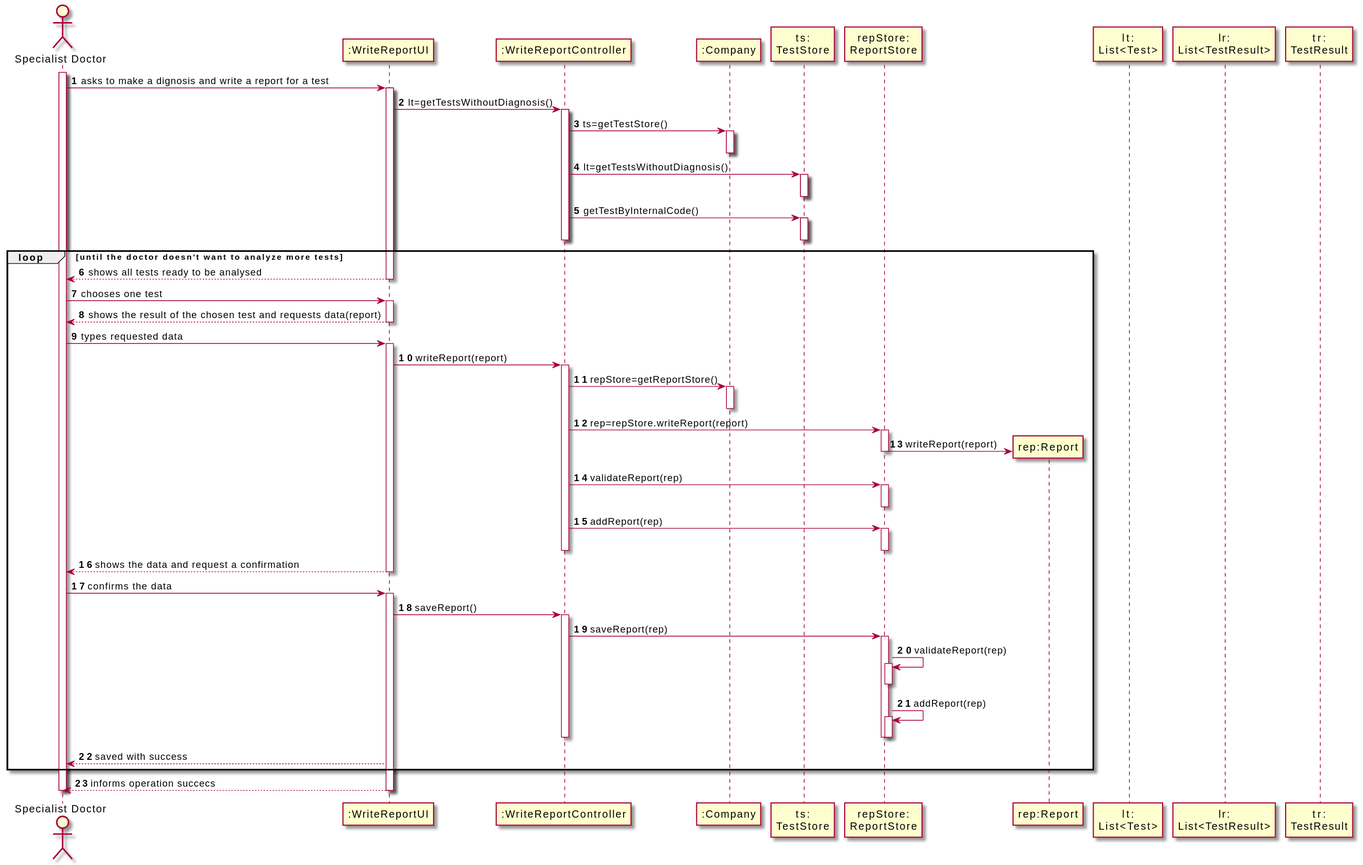
Above: docs/SprintC/US_14/ImagesUsed/US14_SD.svg in RuiRioPina/LAPR2-20-21 (PlantUML), before the change.
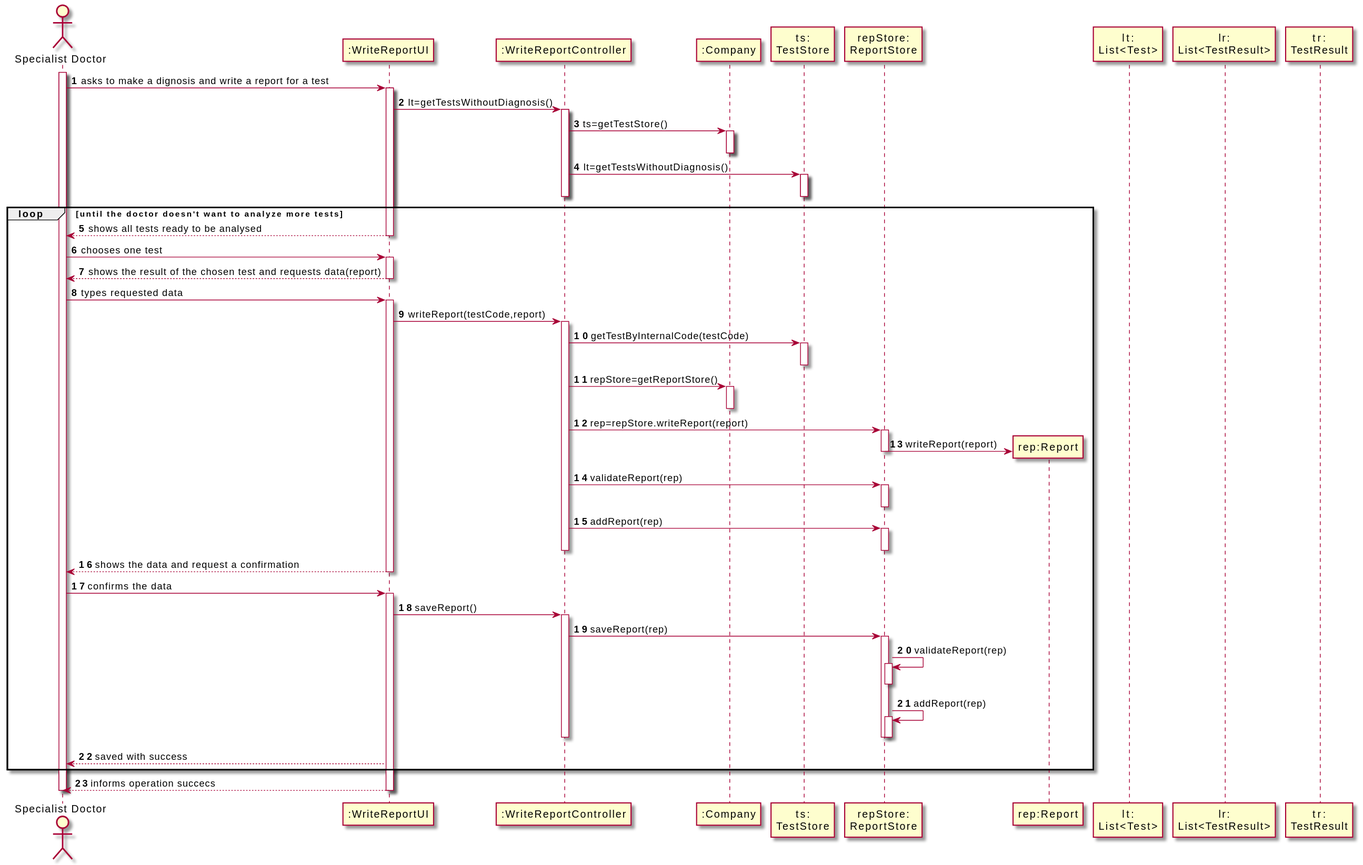
Later version of the same file.

What changed in the source:
```diff
@@ -24,9 +24,6 @@
 CTRL -> TSTORE : lt=getTestsWithoutDiagnosis()
 activate TSTORE
 deactivate TSTORE
-CTRL -> TSTORE : getTestByInternalCode()
-activate TSTORE
-deactivate TSTORE
 deactivate CTRL
 loop until the doctor doesn't want to analyze more tests
 UI -->SD : shows all tests ready to be analysed
@@ -37,8 +34,11 @@
 deactivate UI
 SD -> UI : types requested data
 activate UI
-UI-> CTRL : writeReport(report)
+UI-> CTRL : writeReport(testCode,report)
 activate CTRL
+CTRL -> TSTORE : getTestByInternalCode(testCode)
+activate TSTORE
+deactivate TSTORE
 CTRL -> CMP : repStore=getReportStore()
 activate CMP
 deactivate CMP
```
